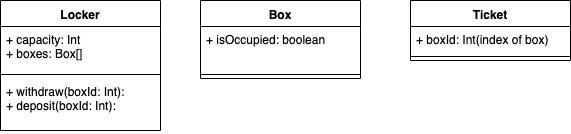
Before: class-diagram.png, a diagram exported from draw.io (panpanhan200/tdd-locker-robot). Source tidied: cells renumbered, new cells last; positions are measured from the earlier drawing's top-left corner, leaving out a move shared by most shapes.
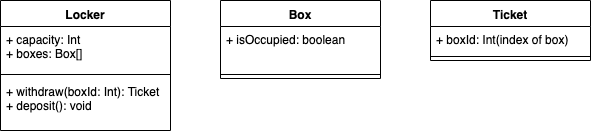
The same file after the commit.

What changed in the source:
```diff
@@ -3,16 +3,16 @@
     <mxCell id="0" />
     <mxCell id="1" parent="0" />
     <mxCell id="2" value="Locker" style="swimlane;fontStyle=1;align=center;verticalAlign=top;horizontal=1;startSize=26;" parent="1" vertex="1">
-      <mxGeometry width="160" height="130" as="geometry" />
+      <mxGeometry x="-20" width="170" height="130" as="geometry" />
     </mxCell>
     <mxCell id="3" value="+ capacity: Int&#10;+ boxes: Box[]" style="text;strokeColor=none;fillColor=none;align=left;verticalAlign=top;spacingLeft=4;spacingRight=4;overflow=hidden;" parent="2" vertex="1">
-      <mxGeometry y="26" width="160" height="44" as="geometry" />
+      <mxGeometry y="26" width="170" height="44" as="geometry" />
     </mxCell>
     <mxCell id="4" style="line;strokeWidth=1;fillColor=none;align=left;verticalAlign=middle;spacingTop=-1;spacingLeft=3;spacingRight=3;labelPosition=right;" parent="2" vertex="1">
-      <mxGeometry y="70" width="160" height="8" as="geometry" />
+      <mxGeometry y="70" width="170" height="8" as="geometry" />
     </mxCell>
-    <mxCell id="5" value="+ withdraw(boxId: Int): &#10;+ deposit(boxId: Int):" style="text;strokeColor=none;fillColor=none;align=left;verticalAlign=top;spacingLeft=4;spacingRight=4;overflow=hidden;" parent="2" vertex="1">
-      <mxGeometry y="78" width="160" height="52" as="geometry" />
+    <mxCell id="5" value="+ withdraw(boxId: Int): Ticket&#10;+ deposit(): void" style="text;strokeColor=none;fillColor=none;align=left;verticalAlign=top;spacingLeft=4;spacingRight=4;overflow=hidden;" parent="2" vertex="1">
+      <mxGeometry y="78" width="170" height="52" as="geometry" />
     </mxCell>
     <mxCell id="6" value="Box" style="swimlane;fontStyle=1;align=center;verticalAlign=top;horizontal=1;startSize=26;" parent="1" vertex="1">
       <mxGeometry x="200" width="160" height="78" as="geometry" />
```
